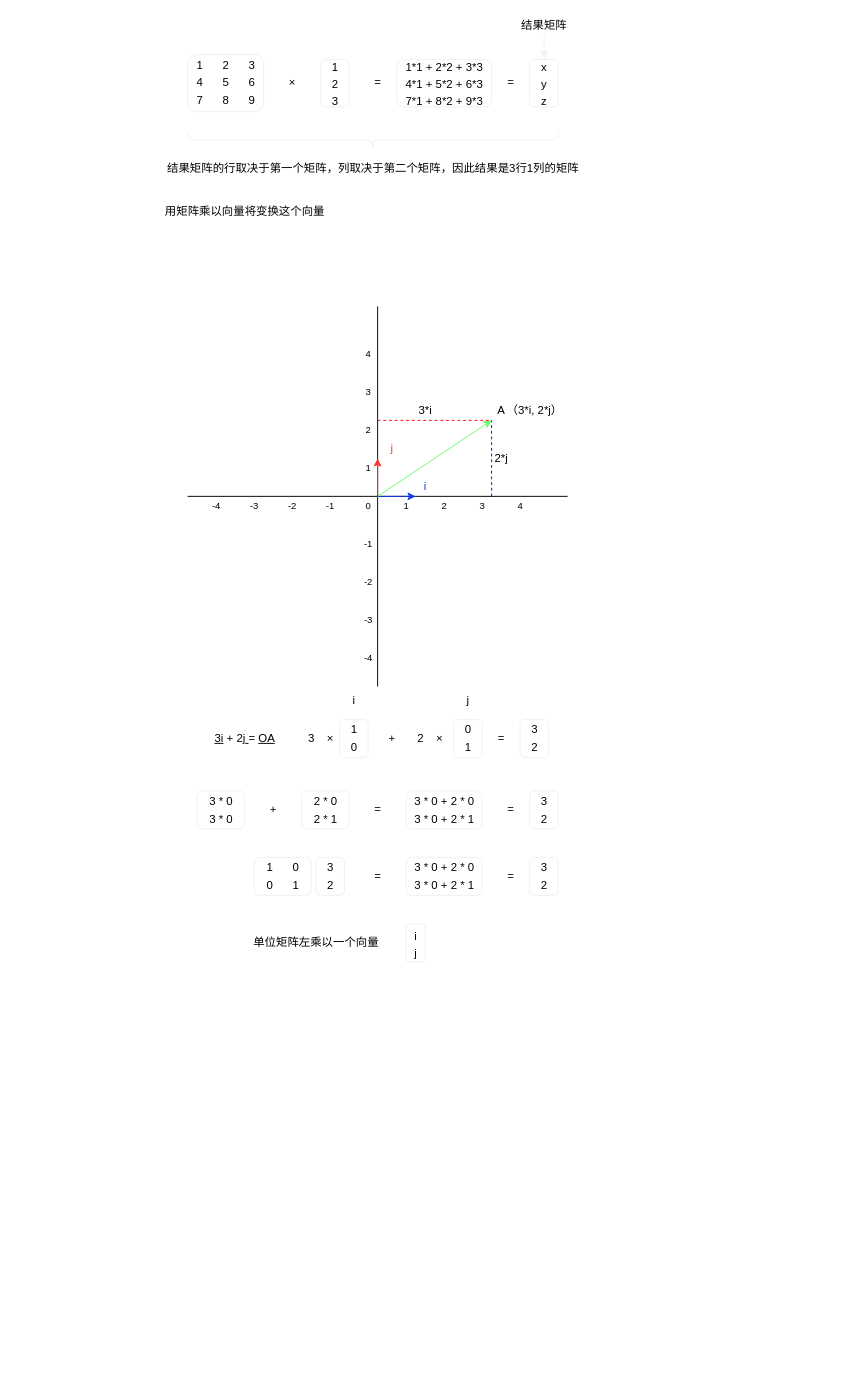
Before: page "第 2 页" (1 of 2) of src/09_transform/analysis.dio in yocover/start-learning-opengl, a draw.io diagram. Source tidied: cells renumbered, new cells numbered last; positions are measured from the earlier drawing's top-left corner, leaving out a move shared by most shapes. Both pictures are drawn from the tidied source at 95%, with x=0, y=0 at pixel (159, -46).
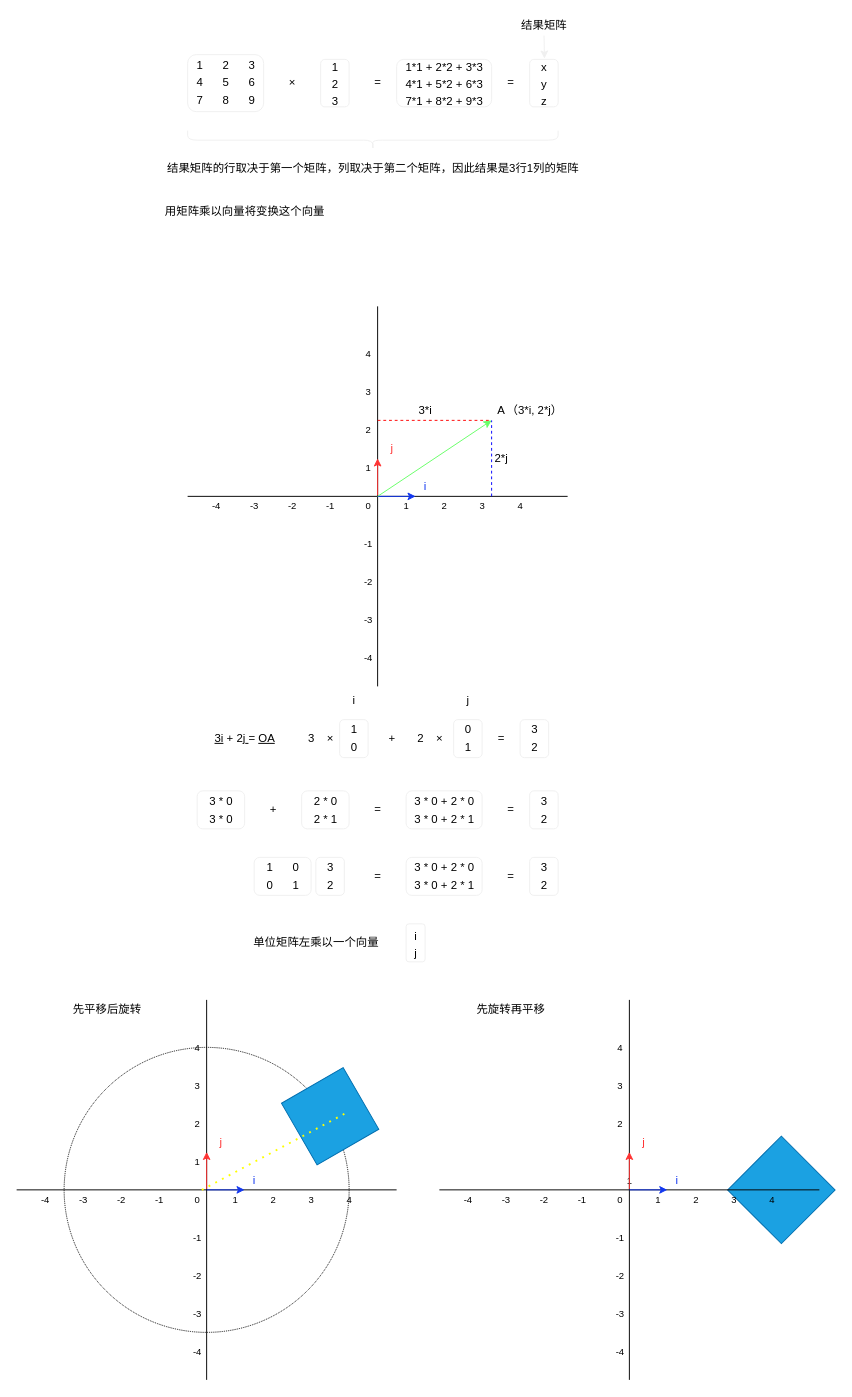
The same page after the edit.

The edit, as a diff of the source:
```diff
@@
+    <mxCell id="72" style="ellipse;whiteSpace=wrap;html=1;fillColor=none;dashed=1;dashPattern=1 1;" parent="1" vertex="1">
+      <mxGeometry x="-100" y="1150" width="300" height="300" as="geometry" />
+    </mxCell>
+    <mxCell id="73" style="whiteSpace=wrap;html=1;fillColor=#1ba1e2;strokeColor=#006EAF;fontColor=#ffffff;rotation=-45;" parent="1" vertex="1">
+      <mxGeometry x="615" y="1260" width="80" height="80" as="geometry" />
+    </mxCell>
+    <mxCell id="74" style="whiteSpace=wrap;html=1;fillColor=#1ba1e2;strokeColor=#006EAF;fontColor=#ffffff;rotation=-30;" parent="1" vertex="1">
+      <mxGeometry x="142.5" y="1185" width="75" height="75" as="geometry" />
+    </mxCell>
@@
+    <mxCell id="75" style="endArrow=none;html=1;strokeWidth=1;fontSize=12;" parent="1" edge="1">
+      <mxGeometry x="5" y="1050" as="geometry">
+        <mxPoint x="-150" y="1300" as="sourcePoint" />
+        <mxPoint x="250" y="1300" as="targetPoint" />
+      </mxGeometry>
+    </mxCell>
+    <mxCell id="76" style="endArrow=none;html=1;strokeWidth=1;fontSize=12;" parent="1" edge="1">
+      <mxGeometry x="5" y="1050" as="geometry">
+        <mxPoint x="50" y="1500" as="sourcePoint" />
+        <mxPoint x="50" y="1100" as="targetPoint" />
+      </mxGeometry>
+    </mxCell>
+    <mxCell id="77" value="&lt;font style=&quot;font-size: 10px&quot;&gt;0&lt;/font&gt;" style="text;html=1;align=center;verticalAlign=middle;fontSize=12;" parent="1" vertex="1">
+      <mxGeometry x="30" y="1300" width="20" height="20" as="geometry" />
+    </mxCell>
+    <mxCell id="78" value="&lt;font style=&quot;font-size: 10px&quot;&gt;1&lt;/font&gt;" style="text;html=1;align=center;verticalAlign=middle;fontSize=12;" parent="1" vertex="1">
+      <mxGeometry x="70" y="1300" width="20" height="20" as="geometry" />
+    </mxCell>
+    <mxCell id="79" value="&lt;font style=&quot;font-size: 10px&quot;&gt;2&lt;/font&gt;" style="text;html=1;align=center;verticalAlign=middle;fontSize=12;" parent="1" vertex="1">
+      <mxGeometry x="110" y="1300" width="20" height="20" as="geometry" />
+    </mxCell>
+    <mxCell id="80" value="&lt;font style=&quot;font-size: 10px&quot;&gt;3&lt;/font&gt;" style="text;html=1;align=center;verticalAlign=middle;fontSize=12;" parent="1" vertex="1">
+      <mxGeometry x="150" y="1300" width="20" height="20" as="geometry" />
+    </mxCell>
+    <mxCell id="81" value="&lt;font style=&quot;font-size: 10px&quot;&gt;4&lt;/font&gt;" style="text;html=1;align=center;verticalAlign=middle;fontSize=12;" parent="1" vertex="1">
+      <mxGeometry x="190" y="1300" width="20" height="20" as="geometry" />
+    </mxCell>
+    <mxCell id="82" value="&lt;font style=&quot;font-size: 10px&quot;&gt;-1&lt;/font&gt;" style="text;html=1;align=center;verticalAlign=middle;fontSize=12;" parent="1" vertex="1">
+      <mxGeometry x="-10" y="1300" width="20" height="20" as="geometry" />
+    </mxCell>
+    <mxCell id="83" value="&lt;font style=&quot;font-size: 10px&quot;&gt;-2&lt;/font&gt;" style="text;html=1;align=center;verticalAlign=middle;fontSize=12;" parent="1" vertex="1">
+      <mxGeometry x="-50" y="1300" width="20" height="20" as="geometry" />
+    </mxCell>
+    <mxCell id="84" value="&lt;font style=&quot;font-size: 10px&quot;&gt;-3&lt;/font&gt;" style="text;html=1;align=center;verticalAlign=middle;fontSize=12;" parent="1" vertex="1">
+      <mxGeometry x="-90" y="1300" width="20" height="20" as="geometry" />
+    </mxCell>
+    <mxCell id="85" value="&lt;font style=&quot;font-size: 10px&quot;&gt;-4&lt;/font&gt;" style="text;html=1;align=center;verticalAlign=middle;fontSize=12;" parent="1" vertex="1">
+      <mxGeometry x="-130" y="1300" width="20" height="20" as="geometry" />
+    </mxCell>
+    <mxCell id="86" value="&lt;font style=&quot;font-size: 10px&quot;&gt;-1&lt;/font&gt;" style="text;html=1;align=center;verticalAlign=middle;fontSize=12;" parent="1" vertex="1">
+      <mxGeometry x="30" y="1340" width="20" height="20" as="geometry" />
+    </mxCell>
+    <mxCell id="87" value="&lt;font style=&quot;font-size: 10px&quot;&gt;-2&lt;/font&gt;" style="text;html=1;align=center;verticalAlign=middle;fontSize=12;" parent="1" vertex="1">
+      <mxGeometry x="30" y="1380" width="20" height="20" as="geometry" />
+    </mxCell>
+    <mxCell id="88" value="&lt;font style=&quot;font-size: 10px&quot;&gt;-3&lt;/font&gt;" style="text;html=1;align=center;verticalAlign=middle;fontSize=12;" parent="1" vertex="1">
+      <mxGeometry x="30" y="1420" width="20" height="20" as="geometry" />
+    </mxCell>
+    <mxCell id="89" value="&lt;font style=&quot;font-size: 10px&quot;&gt;-4&lt;/font&gt;" style="text;html=1;align=center;verticalAlign=middle;fontSize=12;" parent="1" vertex="1">
+      <mxGeometry x="30" y="1460" width="20" height="20" as="geometry" />
+    </mxCell>
+    <mxCell id="90" value="&lt;font style=&quot;font-size: 10px&quot;&gt;1&lt;/font&gt;" style="text;html=1;align=center;verticalAlign=middle;fontSize=12;" parent="1" vertex="1">
+      <mxGeometry x="30" y="1260" width="20" height="20" as="geometry" />
+    </mxCell>
+    <mxCell id="91" value="&lt;font style=&quot;font-size: 10px&quot;&gt;2&lt;/font&gt;" style="text;html=1;align=center;verticalAlign=middle;fontSize=12;" parent="1" vertex="1">
+      <mxGeometry x="30" y="1220" width="20" height="20" as="geometry" />
+    </mxCell>
+    <mxCell id="92" value="&lt;font style=&quot;font-size: 10px&quot;&gt;3&lt;/font&gt;" style="text;html=1;align=center;verticalAlign=middle;fontSize=12;" parent="1" vertex="1">
+      <mxGeometry x="30" y="1180" width="20" height="20" as="geometry" />
+    </mxCell>
+    <mxCell id="93" value="&lt;font style=&quot;font-size: 10px&quot;&gt;4&lt;/font&gt;" style="text;html=1;align=center;verticalAlign=middle;fontSize=12;" parent="1" vertex="1">
+      <mxGeometry x="30" y="1140" width="20" height="20" as="geometry" />
+    </mxCell>
+    <mxCell id="94" style="endArrow=classic;html=1;strokeWidth=1;fontSize=12;strokeColor=#FF3333;" parent="1" edge="1">
+      <mxGeometry x="5" y="1050" as="geometry">
+        <mxPoint x="50" y="1299" as="sourcePoint" />
+        <mxPoint x="50" y="1260" as="targetPoint" />
+      </mxGeometry>
+    </mxCell>
+    <mxCell id="95" style="endArrow=classic;html=1;strokeWidth=1;fontSize=12;strokeColor=#1136F0;" parent="1" edge="1">
+      <mxGeometry x="5" y="1050" as="geometry">
+        <mxPoint x="50" y="1300" as="sourcePoint" />
+        <mxPoint x="90" y="1300" as="targetPoint" />
+      </mxGeometry>
+    </mxCell>
+    <mxCell id="96" value="&lt;font color=&quot;#1136f0&quot;&gt;i&lt;/font&gt;" style="text;html=1;align=center;verticalAlign=middle;fontSize=12;" parent="1" vertex="1">
+      <mxGeometry x="90" y="1280" width="20" height="20" as="geometry" />
+    </mxCell>
+    <mxCell id="97" value="&lt;font color=&quot;#ff3333&quot;&gt;j&lt;/font&gt;" style="text;html=1;align=center;verticalAlign=middle;fontSize=12;" parent="1" vertex="1">
+      <mxGeometry x="55" y="1240" width="20" height="20" as="geometry" />
+    </mxCell>
+    <mxCell id="98" style="endArrow=none;html=1;strokeWidth=1;fontSize=12;" parent="1" edge="1">
+      <mxGeometry x="450" y="1050" as="geometry">
+        <mxPoint x="295" y="1300" as="sourcePoint" />
+        <mxPoint x="695" y="1300" as="targetPoint" />
+      </mxGeometry>
+    </mxCell>
+    <mxCell id="99" style="endArrow=none;html=1;strokeWidth=1;fontSize=12;" parent="1" edge="1">
+      <mxGeometry x="450" y="1050" as="geometry">
+        <mxPoint x="495" y="1500" as="sourcePoint" />
+        <mxPoint x="495" y="1100" as="targetPoint" />
+      </mxGeometry>
+    </mxCell>
+    <mxCell id="100" value="&lt;font style=&quot;font-size: 10px&quot;&gt;0&lt;/font&gt;" style="text;html=1;align=center;verticalAlign=middle;fontSize=12;" parent="1" vertex="1">
+      <mxGeometry x="475" y="1300" width="20" height="20" as="geometry" />
+    </mxCell>
+    <mxCell id="101" value="&lt;font style=&quot;font-size: 10px&quot;&gt;1&lt;/font&gt;" style="text;html=1;align=center;verticalAlign=middle;fontSize=12;" parent="1" vertex="1">
+      <mxGeometry x="515" y="1300" width="20" height="20" as="geometry" />
+    </mxCell>
+    <mxCell id="102" value="&lt;font style=&quot;font-size: 10px&quot;&gt;2&lt;/font&gt;" style="text;html=1;align=center;verticalAlign=middle;fontSize=12;" parent="1" vertex="1">
+      <mxGeometry x="555" y="1300" width="20" height="20" as="geometry" />
+    </mxCell>
+    <mxCell id="103" value="&lt;font style=&quot;font-size: 10px&quot;&gt;3&lt;/font&gt;" style="text;html=1;align=center;verticalAlign=middle;fontSize=12;" parent="1" vertex="1">
+      <mxGeometry x="595" y="1300" width="20" height="20" as="geometry" />
+    </mxCell>
+    <mxCell id="104" value="&lt;font style=&quot;font-size: 10px&quot;&gt;4&lt;/font&gt;" style="text;html=1;align=center;verticalAlign=middle;fontSize=12;" parent="1" vertex="1">
+      <mxGeometry x="635" y="1300" width="20" height="20" as="geometry" />
+    </mxCell>
+    <mxCell id="105" value="&lt;font style=&quot;font-size: 10px&quot;&gt;-1&lt;/font&gt;" style="text;html=1;align=center;verticalAlign=middle;fontSize=12;" parent="1" vertex="1">
+      <mxGeometry x="435" y="1300" width="20" height="20" as="geometry" />
+    </mxCell>
+    <mxCell id="106" value="&lt;font style=&quot;font-size: 10px&quot;&gt;-2&lt;/font&gt;" style="text;html=1;align=center;verticalAlign=middle;fontSize=12;" parent="1" vertex="1">
+      <mxGeometry x="395" y="1300" width="20" height="20" as="geometry" />
+    </mxCell>
+    <mxCell id="107" value="&lt;font style=&quot;font-size: 10px&quot;&gt;-3&lt;/font&gt;" style="text;html=1;align=center;verticalAlign=middle;fontSize=12;" parent="1" vertex="1">
+      <mxGeometry x="355" y="1300" width="20" height="20" as="geometry" />
+    </mxCell>
+    <mxCell id="108" value="&lt;font style=&quot;font-size: 10px&quot;&gt;-4&lt;/font&gt;" style="text;html=1;align=center;verticalAlign=middle;fontSize=12;" parent="1" vertex="1">
+      <mxGeometry x="315" y="1300" width="20" height="20" as="geometry" />
+    </mxCell>
+    <mxCell id="109" value="&lt;font style=&quot;font-size: 10px&quot;&gt;-1&lt;/font&gt;" style="text;html=1;align=center;verticalAlign=middle;fontSize=12;" parent="1" vertex="1">
+      <mxGeometry x="475" y="1340" width="20" height="20" as="geometry" />
+    </mxCell>
+    <mxCell id="110" value="&lt;font style=&quot;font-size: 10px&quot;&gt;-2&lt;/font&gt;" style="text;html=1;align=center;verticalAlign=middle;fontSize=12;" parent="1" vertex="1">
+      <mxGeometry x="475" y="1380" width="20" height="20" as="geometry" />
+    </mxCell>
+    <mxCell id="111" value="&lt;font style=&quot;font-size: 10px&quot;&gt;-3&lt;/font&gt;" style="text;html=1;align=center;verticalAlign=middle;fontSize=12;" parent="1" vertex="1">
+      <mxGeometry x="475" y="1420" width="20" height="20" as="geometry" />
+    </mxCell>
+    <mxCell id="112" value="&lt;font style=&quot;font-size: 10px&quot;&gt;-4&lt;/font&gt;" style="text;html=1;align=center;verticalAlign=middle;fontSize=12;" parent="1" vertex="1">
+      <mxGeometry x="475" y="1460" width="20" height="20" as="geometry" />
+    </mxCell>
+    <mxCell id="113" value="&lt;font style=&quot;font-size: 10px&quot;&gt;1&lt;/font&gt;" style="text;html=1;align=center;verticalAlign=middle;fontSize=12;" parent="1" vertex="1">
+      <mxGeometry x="485" y="1280" width="20" height="20" as="geometry" />
+    </mxCell>
+    <mxCell id="114" value="&lt;font style=&quot;font-size: 10px&quot;&gt;2&lt;/font&gt;" style="text;html=1;align=center;verticalAlign=middle;fontSize=12;" parent="1" vertex="1">
+      <mxGeometry x="475" y="1220" width="20" height="20" as="geometry" />
+    </mxCell>
+    <mxCell id="115" value="&lt;font style=&quot;font-size: 10px&quot;&gt;3&lt;/font&gt;" style="text;html=1;align=center;verticalAlign=middle;fontSize=12;" parent="1" vertex="1">
+      <mxGeometry x="475" y="1180" width="20" height="20" as="geometry" />
+    </mxCell>
+    <mxCell id="116" value="&lt;font style=&quot;font-size: 10px&quot;&gt;4&lt;/font&gt;" style="text;html=1;align=center;verticalAlign=middle;fontSize=12;" parent="1" vertex="1">
+      <mxGeometry x="475" y="1140" width="20" height="20" as="geometry" />
+    </mxCell>
+    <mxCell id="117" style="endArrow=classic;html=1;strokeWidth=1;fontSize=12;strokeColor=#FF3333;" parent="1" edge="1">
+      <mxGeometry x="450" y="1050" as="geometry">
+        <mxPoint x="495" y="1299" as="sourcePoint" />
+        <mxPoint x="495" y="1260" as="targetPoint" />
+      </mxGeometry>
+    </mxCell>
+    <mxCell id="118" style="endArrow=classic;html=1;strokeWidth=1;fontSize=12;strokeColor=#1136F0;" parent="1" edge="1">
+      <mxGeometry x="450" y="1050" as="geometry">
+        <mxPoint x="495" y="1300" as="sourcePoint" />
+        <mxPoint x="535" y="1300" as="targetPoint" />
+      </mxGeometry>
+    </mxCell>
+    <mxCell id="119" value="&lt;font color=&quot;#1136f0&quot;&gt;i&lt;/font&gt;" style="text;html=1;align=center;verticalAlign=middle;fontSize=12;" parent="1" vertex="1">
+      <mxGeometry x="535" y="1280" width="20" height="20" as="geometry" />
+    </mxCell>
+    <mxCell id="120" value="&lt;font color=&quot;#ff3333&quot;&gt;j&lt;/font&gt;" style="text;html=1;align=center;verticalAlign=middle;fontSize=12;" parent="1" vertex="1">
+      <mxGeometry x="500" y="1240" width="20" height="20" as="geometry" />
+    </mxCell>
+    <mxCell id="121" style="endArrow=none;dashed=1;html=1;dashPattern=1 3;strokeWidth=2;strokeColor=#FFFF00;" parent="1" edge="1">
+      <mxGeometry relative="1" as="geometry">
+        <mxPoint x="45" y="1300" as="sourcePoint" />
+        <mxPoint x="195" y="1220" as="targetPoint" />
+      </mxGeometry>
+    </mxCell>
+    <mxCell id="122" value="先平移后旋转" style="text;html=1;align=center;verticalAlign=middle;" parent="1" vertex="1">
+      <mxGeometry x="-100" y="1100" width="90" height="20" as="geometry" />
+    </mxCell>
+    <mxCell id="123" value="先旋转再平移" style="text;html=1;align=center;verticalAlign=middle;" parent="1" vertex="1">
+      <mxGeometry x="325" y="1100" width="90" height="20" as="geometry" />
+    </mxCell>
```
